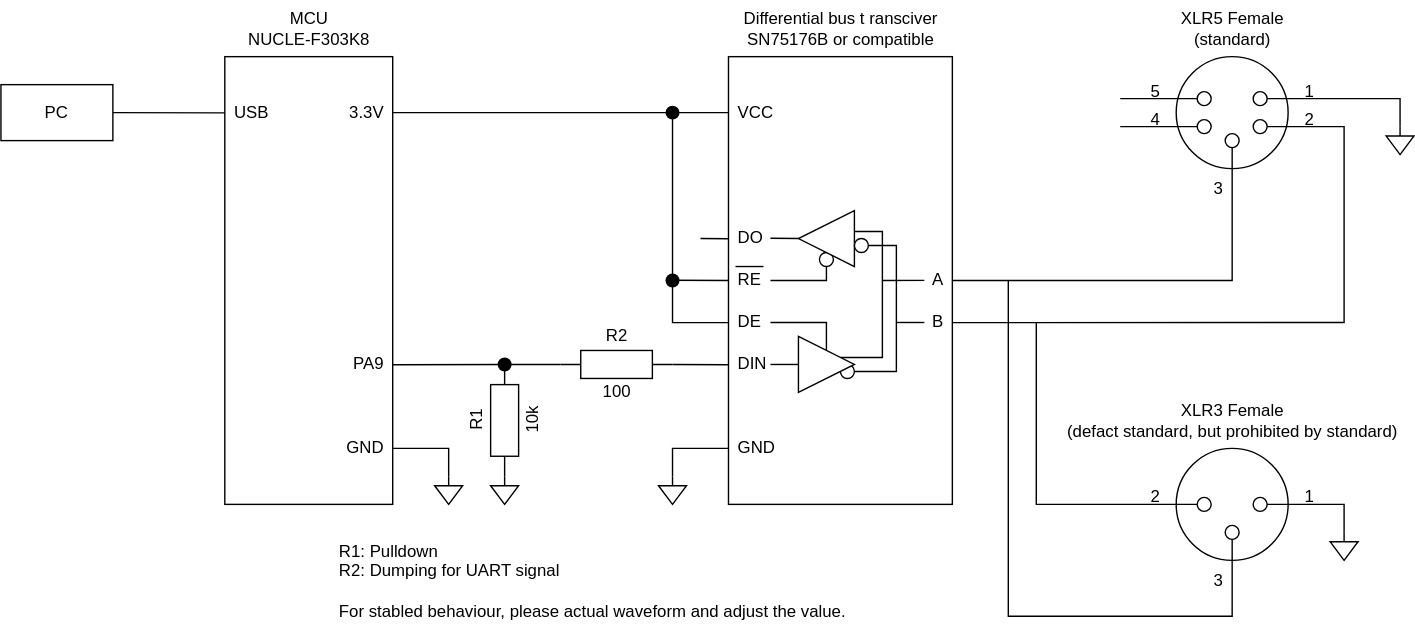
The draw.io diagram designs/device-circuit.drawio.svg in aKuad/web-dmx, before a commit. Source tidied: cells renumbered, new cells last; positions are measured from the earlier drawing's top-left corner, leaving out a move shared by most shapes.
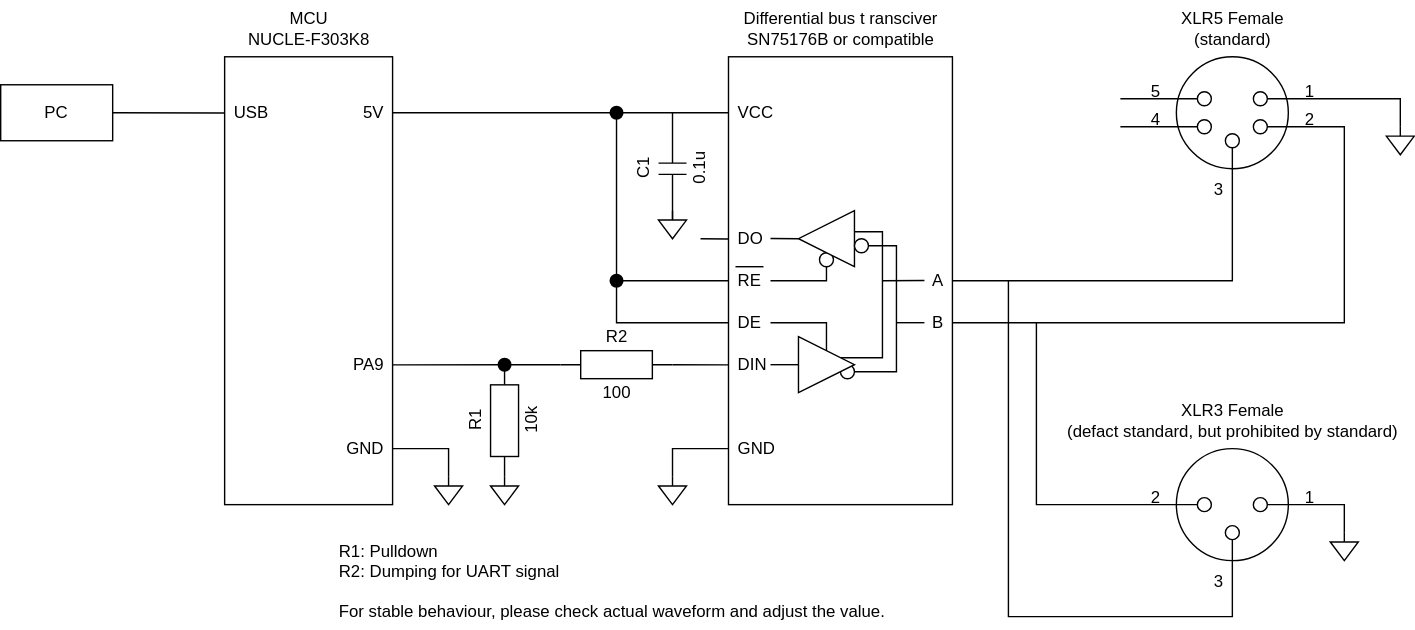
After the change.

Commit message:
Mod: Add decoupling capacitor to device schmatic

Change to the diagram source:
```diff
@@ -83,8 +83,8 @@
     <mxCell id="27" value="GND" style="text;html=1;align=right;verticalAlign=middle;strokeColor=none;fillColor=none;" parent="1" vertex="1">
       <mxGeometry x="225" y="305" width="50" height="30" as="geometry" />
     </mxCell>
-    <mxCell id="28" value="3.3V" style="text;html=1;align=right;verticalAlign=middle;strokeColor=none;fillColor=none;" parent="1" vertex="1">
-      <mxGeometry x="225" y="65" width="50" height="30" as="geometry" />
+    <mxCell id="28" value="5V" style="text;html=1;align=right;verticalAlign=middle;strokeColor=none;fillColor=none;" parent="1" vertex="1">
+      <mxGeometry x="235" y="65" width="40" height="30" as="geometry" />
     </mxCell>
     <mxCell id="29" style="ellipse;whiteSpace=wrap;html=1;" parent="1" vertex="1">
       <mxGeometry x="840" y="40" width="80" height="80" as="geometry" />
@@ -134,22 +134,22 @@
     </mxCell>
     <mxCell id="43" style="edgeStyle=none;html=1;endArrow=none;endFill=0;rounded=0;curved=0;entryX=0;entryY=0.594;entryDx=0;entryDy=0;entryPerimeter=0;" parent="1" edge="1" target="11">
       <mxGeometry relative="1" as="geometry">
-        <mxPoint x="480" y="80" as="sourcePoint" />
+        <mxPoint x="440" y="80" as="sourcePoint" />
         <Array as="points">
-          <mxPoint x="480" y="230" />
+          <mxPoint x="440" y="230" />
         </Array>
       </mxGeometry>
     </mxCell>
     <mxCell id="44" style="edgeStyle=none;html=1;endArrow=none;endFill=0;rounded=0;curved=0;entryX=0;entryY=0.5;entryDx=0;entryDy=0;" parent="1" edge="1" target="11">
       <mxGeometry relative="1" as="geometry">
-        <mxPoint x="480" y="199.8" as="sourcePoint" />
+        <mxPoint x="440" y="200" as="sourcePoint" />
       </mxGeometry>
     </mxCell>
     <mxCell id="45" style="ellipse;whiteSpace=wrap;html=1;strokeColor=none;fillColor=#000000;" parent="1" vertex="1">
-      <mxGeometry x="475" y="195" width="10" height="10" as="geometry" />
+      <mxGeometry x="435" y="195" width="10" height="10" as="geometry" />
     </mxCell>
     <mxCell id="46" style="ellipse;whiteSpace=wrap;html=1;strokeColor=none;fillColor=#000000;" parent="1" vertex="1">
-      <mxGeometry x="475" y="75" width="10" height="10" as="geometry" />
+      <mxGeometry x="435" y="75" width="10" height="10" as="geometry" />
     </mxCell>
     <mxCell id="47" style="ellipse;whiteSpace=wrap;html=1;strokeColor=none;fillColor=#000000;" parent="1" vertex="1">
       <mxGeometry x="355" y="255" width="10" height="10" as="geometry" />
@@ -326,8 +326,8 @@
     <mxCell id="80" value="R2" style="text;html=1;align=center;verticalAlign=middle;strokeColor=none;fillColor=none;rotation=0;" parent="1" vertex="1">
       <mxGeometry x="420" y="225" width="40" height="30" as="geometry" />
     </mxCell>
-    <mxCell id="81" value="R1: Pulldown&lt;div&gt;R2: Dumping for UART signal&lt;/div&gt;&lt;div&gt;&lt;br&gt;&lt;/div&gt;&lt;div&gt;For stabled behaviour, please actual waveform and adjust the value.&lt;/div&gt;" style="text;html=1;align=left;verticalAlign=top;strokeColor=none;fillColor=none;rotation=0;" parent="1" vertex="1">
-      <mxGeometry x="240" y="380" width="390" height="70" as="geometry" />
+    <mxCell id="81" value="R1: Pulldown&lt;div&gt;R2: Dumping for UART signal&lt;/div&gt;&lt;div&gt;&lt;br&gt;&lt;/div&gt;&lt;div&gt;For stable behaviour, please check actual waveform and adjust the value.&lt;/div&gt;" style="text;html=1;align=left;verticalAlign=top;strokeColor=none;fillColor=none;rotation=0;" parent="1" vertex="1">
+      <mxGeometry x="240" y="380" width="410" height="70" as="geometry" />
     </mxCell>
     <mxCell id="82" value="PC" style="whiteSpace=wrap;html=1;fillColor=none;" parent="1" vertex="1">
       <mxGeometry y="60" width="80" height="40" as="geometry" />
@@ -340,5 +340,17 @@
     <mxCell id="84" value="USB" style="text;html=1;align=left;verticalAlign=middle;strokeColor=none;fillColor=none;" parent="1" vertex="1">
       <mxGeometry x="165" y="65" width="50" height="30" as="geometry" />
     </mxCell>
+    <mxCell id="85" style="verticalLabelPosition=bottom;shadow=0;dashed=0;align=center;html=1;verticalAlign=top;shape=mxgraph.electrical.capacitors.capacitor_1;direction=south;" parent="1" vertex="1">
+      <mxGeometry x="470" y="80" width="20" height="80" as="geometry" />
+    </mxCell>
+    <mxCell id="86" style="verticalLabelPosition=bottom;shadow=0;dashed=0;align=center;html=1;verticalAlign=top;shape=mxgraph.electrical.signal_sources.signal_ground;" parent="1" vertex="1">
+      <mxGeometry x="470" y="150" width="20" height="20" as="geometry" />
+    </mxCell>
+    <mxCell id="87" value="0.1u" style="text;html=1;align=center;verticalAlign=middle;strokeColor=none;fillColor=none;rotation=-90;" parent="1" vertex="1">
+      <mxGeometry x="475" y="105" width="50" height="30" as="geometry" />
+    </mxCell>
+    <mxCell id="88" value="C1" style="text;html=1;align=center;verticalAlign=middle;strokeColor=none;fillColor=none;rotation=-90;" parent="1" vertex="1">
+      <mxGeometry x="440" y="105" width="40" height="30" as="geometry" />
+    </mxCell>
   </root>
 </mxGraphModel>
```
